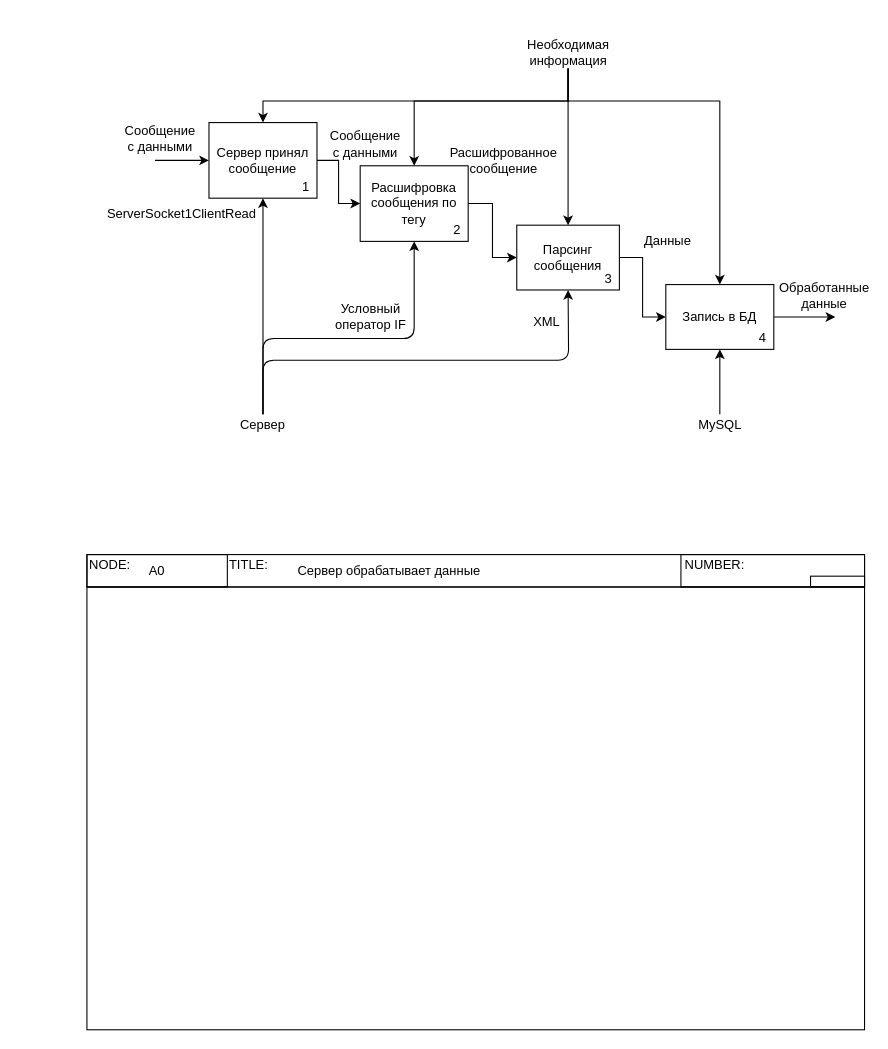
OhotnikovV/AvIS keeps this draw.io diagram as Сервер обрабатывает данные222.drawio. Above is the earlier version. Source tidied: cells renumbered, new cells numbered last; positions are measured from the earlier drawing's top-left corner, leaving out a move shared by most shapes. Both pictures are drawn from the tidied source at 108%, with x=0, y=0 at pixel (86, 36).
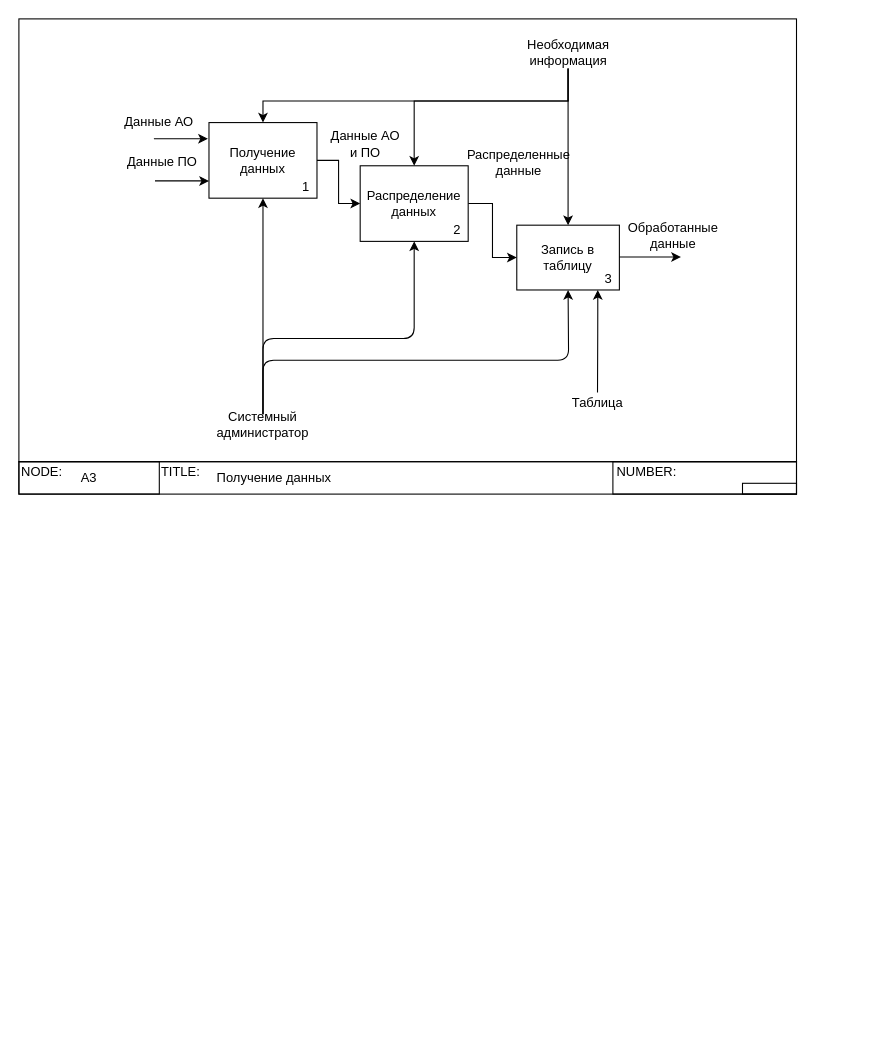
Above is the later version.

Diff of the diagram source:
```diff
@@
-    <mxCell id="3" value="Сервер принял сообщение" style="rounded=0;whiteSpace=wrap;html=1;" parent="1" vertex="1">
+    <mxCell id="3" value="Получение данных" style="rounded=0;whiteSpace=wrap;html=1;" parent="1" vertex="1">
       <mxGeometry x="113" y="80" width="100" height="70" as="geometry" />
     </mxCell>
@@
-    <mxCell id="5" style="edgeStyle=orthogonalEdgeStyle;rounded=0;jettySize=auto;html=1;exitX=1;exitY=0.5;exitDx=0;exitDy=0;entryX=0;entryY=0.5;entryDx=0;entryDy=0;" parent="1" edge="1" source="6" target="9">
-      <mxGeometry relative="1" as="geometry" />
-    </mxCell>
-    <mxCell id="6" value="Парсинг сообщения" style="rounded=0;whiteSpace=wrap;html=1;" parent="1" vertex="1">
+    <mxCell id="6" value="Запись в таблицу" style="rounded=0;whiteSpace=wrap;html=1;" parent="1" vertex="1">
       <mxGeometry x="398" y="175" width="95" height="60" as="geometry" />
     </mxCell>
@@
-    <mxCell id="8" style="edgeStyle=orthogonalEdgeStyle;rounded=0;jettySize=auto;html=1;exitX=1;exitY=0.5;exitDx=0;exitDy=0;" parent="1" edge="1" source="9">
+    <mxCell id="8" style="edgeStyle=orthogonalEdgeStyle;rounded=0;orthogonalLoop=1;jettySize=auto;html=1;exitX=1;exitY=0.5;exitDx=0;exitDy=0;" parent="1" edge="1">
       <mxGeometry relative="1" as="geometry">
-        <mxPoint x="693" y="260" as="targetPoint" />
+        <mxPoint x="493" y="204.5" as="sourcePoint" />
+        <mxPoint x="550" y="204.5" as="targetPoint" />
       </mxGeometry>
     </mxCell>
-    <mxCell id="9" value="Запись в БД" style="rounded=0;whiteSpace=wrap;html=1;" parent="1" vertex="1">
-      <mxGeometry x="536" y="230" width="100" height="60" as="geometry" />
-    </mxCell>
@@
-    <mxCell id="11" value="Расшифровка сообщения по тегу" style="rounded=0;whiteSpace=wrap;html=1;" parent="1" vertex="1">
+    <mxCell id="11" value="Распределение данных" style="rounded=0;whiteSpace=wrap;html=1;" parent="1" vertex="1">
       <mxGeometry x="253" y="120" width="100" height="70" as="geometry" />
     </mxCell>
-    <mxCell id="12" value="4" style="text;html=1;strokeColor=none;fillColor=none;align=center;verticalAlign=middle;whiteSpace=wrap;rounded=0;" parent="1" vertex="1">
-      <mxGeometry x="616" y="270" width="20" height="20" as="geometry" />
-    </mxCell>
-    <mxCell id="13" value="Данные" style="text;html=1;strokeColor=none;fillColor=none;align=center;verticalAlign=middle;whiteSpace=wrap;rounded=0;" parent="1" vertex="1">
-      <mxGeometry x="503" y="175" width="70" height="30" as="geometry" />
-    </mxCell>
     <mxCell id="14" value="Обработанные данные" style="text;html=1;strokeColor=none;fillColor=none;align=center;verticalAlign=middle;whiteSpace=wrap;rounded=0;" parent="1" vertex="1">
-      <mxGeometry x="663" y="230" width="40" height="20" as="geometry" />
+      <mxGeometry x="523" y="175" width="40" height="20" as="geometry" />
     </mxCell>
@@
-    <mxCell id="16" value="Сервер" style="text;html=1;strokeColor=none;fillColor=none;align=center;verticalAlign=middle;whiteSpace=wrap;rounded=0;" parent="1" vertex="1">
+    <mxCell id="16" value="Системный администратор" style="text;html=1;strokeColor=none;fillColor=none;align=center;verticalAlign=middle;whiteSpace=wrap;rounded=0;" parent="1" vertex="1">
       <mxGeometry x="143" y="350" width="40" height="20" as="geometry" />
     </mxCell>
     <mxCell id="17" style="rounded=0;whiteSpace=wrap;html=1;fillColor=none;" parent="1" vertex="1">
-      <mxGeometry y="510" width="720" height="410" as="geometry" />
+      <mxGeometry x="-63" y="-16" width="720" height="410" as="geometry" />
     </mxCell>
     <mxCell id="18" style="rounded=0;whiteSpace=wrap;html=1;fillColor=none;" parent="1" vertex="1">
-      <mxGeometry y="480" width="720" height="30" as="geometry" />
+      <mxGeometry x="-63" y="394" width="720" height="30" as="geometry" />
     </mxCell>
     <mxCell id="19" style="rounded=0;whiteSpace=wrap;html=1;fillColor=none;" parent="1" vertex="1">
-      <mxGeometry x="550" y="480" width="170" height="30" as="geometry" />
+      <mxGeometry x="487" y="394" width="170" height="30" as="geometry" />
     </mxCell>
     <mxCell id="20" style="rounded=0;whiteSpace=wrap;html=1;fillColor=none;" parent="1" vertex="1">
-      <mxGeometry y="480" width="130" height="30" as="geometry" />
+      <mxGeometry x="-63" y="394" width="130" height="30" as="geometry" />
     </mxCell>
     <mxCell id="21" value="NODE:" style="text;html=1;strokeColor=none;fillColor=none;align=center;verticalAlign=middle;whiteSpace=wrap;rounded=0;" parent="1" vertex="1">
-      <mxGeometry y="480" width="43" height="20" as="geometry" />
+      <mxGeometry x="-63" y="394" width="43" height="20" as="geometry" />
     </mxCell>
-    <mxCell id="22" value="A0" style="text;html=1;strokeColor=none;fillColor=none;align=center;verticalAlign=middle;whiteSpace=wrap;rounded=0;" parent="1" vertex="1">
-      <mxGeometry x="45" y="485" width="40" height="20" as="geometry" />
+    <mxCell id="22" value="A3" style="text;html=1;strokeColor=none;fillColor=none;align=center;verticalAlign=middle;whiteSpace=wrap;rounded=0;" parent="1" vertex="1">
+      <mxGeometry x="-18" y="399" width="40" height="20" as="geometry" />
     </mxCell>
     <mxCell id="23" value="TITLE:" style="text;html=1;strokeColor=none;fillColor=none;align=center;verticalAlign=middle;whiteSpace=wrap;rounded=0;" parent="1" vertex="1">
-      <mxGeometry x="130" y="480" width="40" height="20" as="geometry" />
+      <mxGeometry x="67" y="394" width="40" height="20" as="geometry" />
     </mxCell>
     <mxCell id="24" value="NUMBER:" style="text;html=1;strokeColor=none;fillColor=none;align=center;verticalAlign=middle;whiteSpace=wrap;rounded=0;" parent="1" vertex="1">
-      <mxGeometry x="550" y="480" width="63" height="20" as="geometry" />
+      <mxGeometry x="487" y="394" width="63" height="20" as="geometry" />
     </mxCell>
     <mxCell id="25" style="rounded=0;whiteSpace=wrap;html=1;fillColor=none;" parent="1" vertex="1">
-      <mxGeometry x="670" y="500" width="50" height="10" as="geometry" />
+      <mxGeometry x="607" y="414" width="50" height="10" as="geometry" />
     </mxCell>
-    <mxCell id="26" value="Сервер обрабатывает данные" style="text;html=1;strokeColor=none;fillColor=none;align=center;verticalAlign=middle;whiteSpace=wrap;rounded=0;shadow=0;" parent="1" vertex="1">
-      <mxGeometry x="170" y="485" width="220" height="20" as="geometry" />
+    <mxCell id="26" value="Получение данных" style="text;html=1;strokeColor=none;fillColor=none;align=center;verticalAlign=middle;whiteSpace=wrap;rounded=0;shadow=0;" parent="1" vertex="1">
+      <mxGeometry x="107" y="399" width="133" height="20" as="geometry" />
     </mxCell>
-    <mxCell id="27" style="endArrow=classic;html=1;entryX=0;entryY=0.5;entryDx=0;entryDy=0;" parent="1" edge="1" target="3">
+    <mxCell id="27" style="endArrow=classic;html=1;entryX=0;entryY=0.5;entryDx=0;entryDy=0;" parent="1" edge="1">
       <mxGeometry relative="1" as="geometry">
-        <mxPoint x="63" y="115" as="sourcePoint" />
+        <mxPoint x="62" y="95" as="sourcePoint" />
+        <mxPoint x="112" y="95" as="targetPoint" />
       </mxGeometry>
     </mxCell>
-    <mxCell id="28" value="Расшифрованное сообщение" style="text;html=1;strokeColor=none;fillColor=none;align=center;verticalAlign=middle;whiteSpace=wrap;rounded=0;" parent="1" vertex="1">
-      <mxGeometry x="353" y="95" width="66" height="40" as="geometry" />
+    <mxCell id="28" value="Распределенные данные" style="text;html=1;strokeColor=none;fillColor=none;align=center;verticalAlign=middle;whiteSpace=wrap;rounded=0;" parent="1" vertex="1">
+      <mxGeometry x="367" y="97" width="66" height="40" as="geometry" />
     </mxCell>
@@
-    <mxCell id="32" style="edgeStyle=orthogonalEdgeStyle;rounded=0;jettySize=auto;html=1;exitX=0.5;exitY=1;exitDx=0;exitDy=0;" parent="1" edge="1" target="9">
-      <mxGeometry relative="1" as="geometry">
-        <mxPoint x="445.5" y="30" as="sourcePoint" />
-        <Array as="points">
-          <mxPoint x="445" y="60" />
-          <mxPoint x="586" y="60" />
-        </Array>
-      </mxGeometry>
-    </mxCell>
@@
-    <mxCell id="34" value="Сообщение с данными" style="text;html=1;strokeColor=none;fillColor=none;align=center;verticalAlign=middle;whiteSpace=wrap;rounded=0;" parent="1" vertex="1">
+    <mxCell id="34" value="Данные АО и ПО" style="text;html=1;strokeColor=none;fillColor=none;align=center;verticalAlign=middle;whiteSpace=wrap;rounded=0;" parent="1" vertex="1">
       <mxGeometry x="223" y="90" width="70" height="20" as="geometry" />
     </mxCell>
-    <mxCell id="35" value="&lt;div style=&quot;text-align: left&quot;&gt;&lt;span&gt;ServerSocket1ClientRead&lt;/span&gt;&lt;/div&gt;" style="text;html=1;strokeColor=none;fillColor=none;align=center;verticalAlign=middle;whiteSpace=wrap;rounded=0;" parent="1" vertex="1">
-      <mxGeometry x="33" y="155" width="110" height="20" as="geometry" />
-    </mxCell>
-    <mxCell id="36" style="endArrow=classic;html=1;entryX=0.5;entryY=1;entryDx=0;entryDy=0;" parent="1" edge="1" target="9">
+    <mxCell id="36" style="endArrow=classic;html=1;entryX=0.5;entryY=1;entryDx=0;entryDy=0;exitX=0.5;exitY=0;exitDx=0;exitDy=0;" parent="1" edge="1" source="37">
       <mxGeometry relative="1" as="geometry">
-        <mxPoint x="586" y="350" as="sourcePoint" />
+        <mxPoint x="473" y="235" as="targetPoint" />
         <Array as="points">
-          <mxPoint x="586" y="320" />
+          <mxPoint x="473" y="265" />
         </Array>
       </mxGeometry>
     </mxCell>
-    <mxCell id="37" value="MySQL" style="text;html=1;strokeColor=none;fillColor=none;align=center;verticalAlign=middle;whiteSpace=wrap;rounded=0;" parent="1" vertex="1">
-      <mxGeometry x="563.5" y="350" width="45" height="20" as="geometry" />
+    <mxCell id="37" value="Таблица" style="text;html=1;strokeColor=none;fillColor=none;align=center;verticalAlign=middle;whiteSpace=wrap;rounded=0;" parent="1" vertex="1">
+      <mxGeometry x="433" y="330" width="79.5" height="20" as="geometry" />
     </mxCell>
-    <mxCell id="38" value="XML" style="text;html=1;strokeColor=none;fillColor=none;align=center;verticalAlign=middle;whiteSpace=wrap;rounded=0;" parent="1" vertex="1">
-      <mxGeometry x="405.5" y="255" width="40" height="20" as="geometry" />
-    </mxCell>
@@
-    <mxCell id="42" value="Условный оператор IF" style="text;html=1;strokeColor=none;fillColor=none;align=center;verticalAlign=middle;whiteSpace=wrap;rounded=0;" parent="1" vertex="1">
-      <mxGeometry x="213" y="245" width="100" height="30" as="geometry" />
-    </mxCell>
@@
-    <mxCell id="44" value="Сообщение с данными" style="text;html=1;strokeColor=none;fillColor=none;align=center;verticalAlign=middle;whiteSpace=wrap;rounded=0;" parent="1" vertex="1">
-      <mxGeometry x="33" y="80" width="70" height="30" as="geometry" />
+    <mxCell id="44" value="Данные АО" style="text;html=1;strokeColor=none;fillColor=none;align=center;verticalAlign=middle;whiteSpace=wrap;rounded=0;" parent="1" vertex="1">
+      <mxGeometry x="32" y="65" width="70" height="30" as="geometry" />
     </mxCell>
+    <mxCell id="45" style="endArrow=classic;html=1;entryX=0;entryY=0.5;entryDx=0;entryDy=0;" parent="1" edge="1">
+      <mxGeometry relative="1" as="geometry">
+        <mxPoint x="63" y="134" as="sourcePoint" />
+        <mxPoint x="113" y="134" as="targetPoint" />
+      </mxGeometry>
+    </mxCell>
+    <mxCell id="46" style="text;html=1;align=center;verticalAlign=middle;" parent="1" vertex="1">
+      <mxGeometry x="32" y="130" width="20" height="20" as="geometry" />
+    </mxCell>
+    <mxCell id="47" value="Данные ПО" style="text;html=1;strokeColor=none;fillColor=none;align=center;verticalAlign=middle;whiteSpace=wrap;rounded=0;" parent="1" vertex="1">
+      <mxGeometry x="35" y="102" width="70" height="30" as="geometry" />
+    </mxCell>
```
